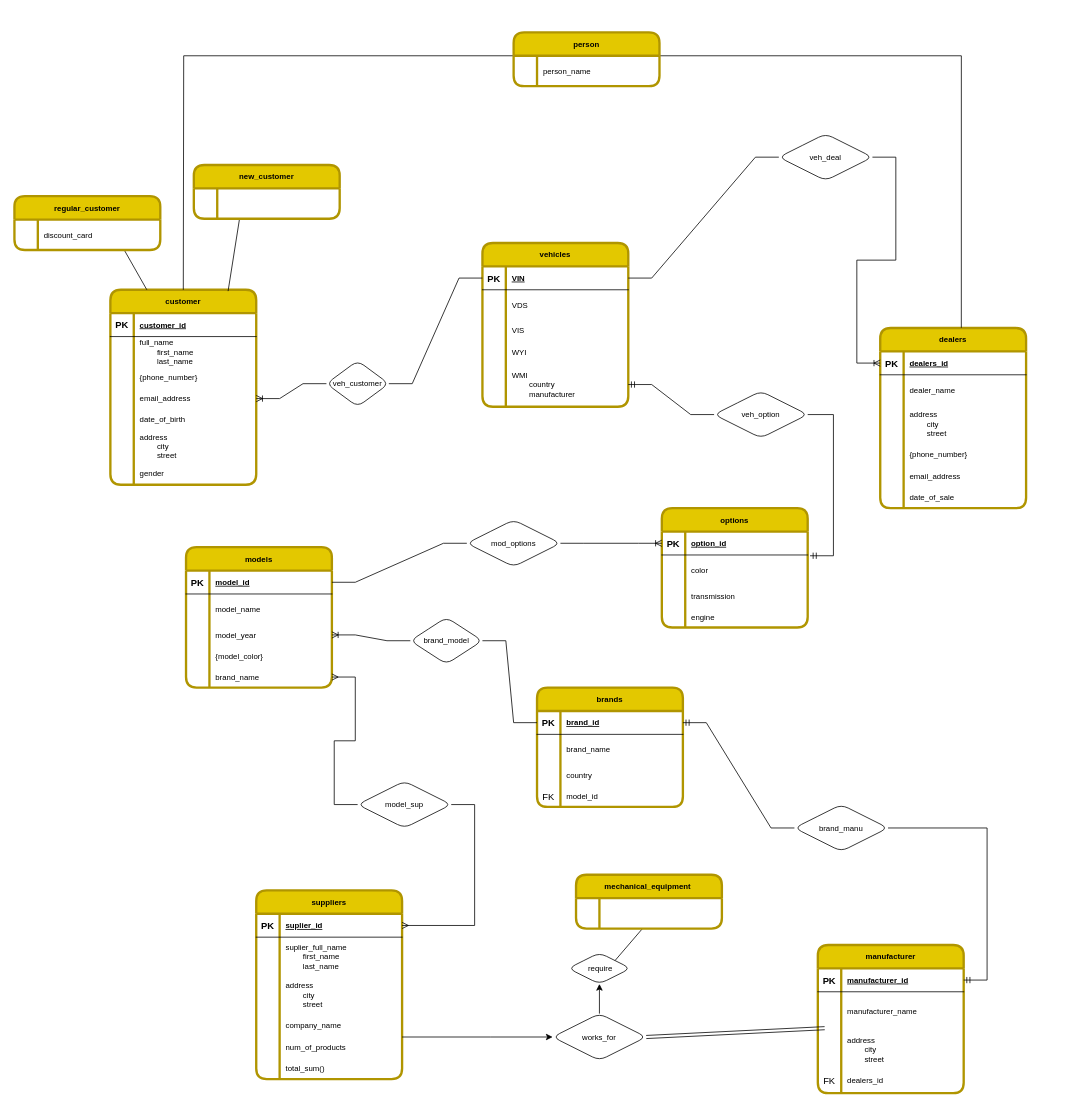
The draw.io diagram Untitled Diagram.drawio in ertaevaaiym1/DATABASES-2021, before the edit. Source tidied: cells renumbered, new cells numbered last; positions are measured from the earlier drawing's top-left corner, leaving out a move shared by most shapes. Both pictures are drawn from the tidied source at 78%, with x=0, y=0 at pixel (14, 32).
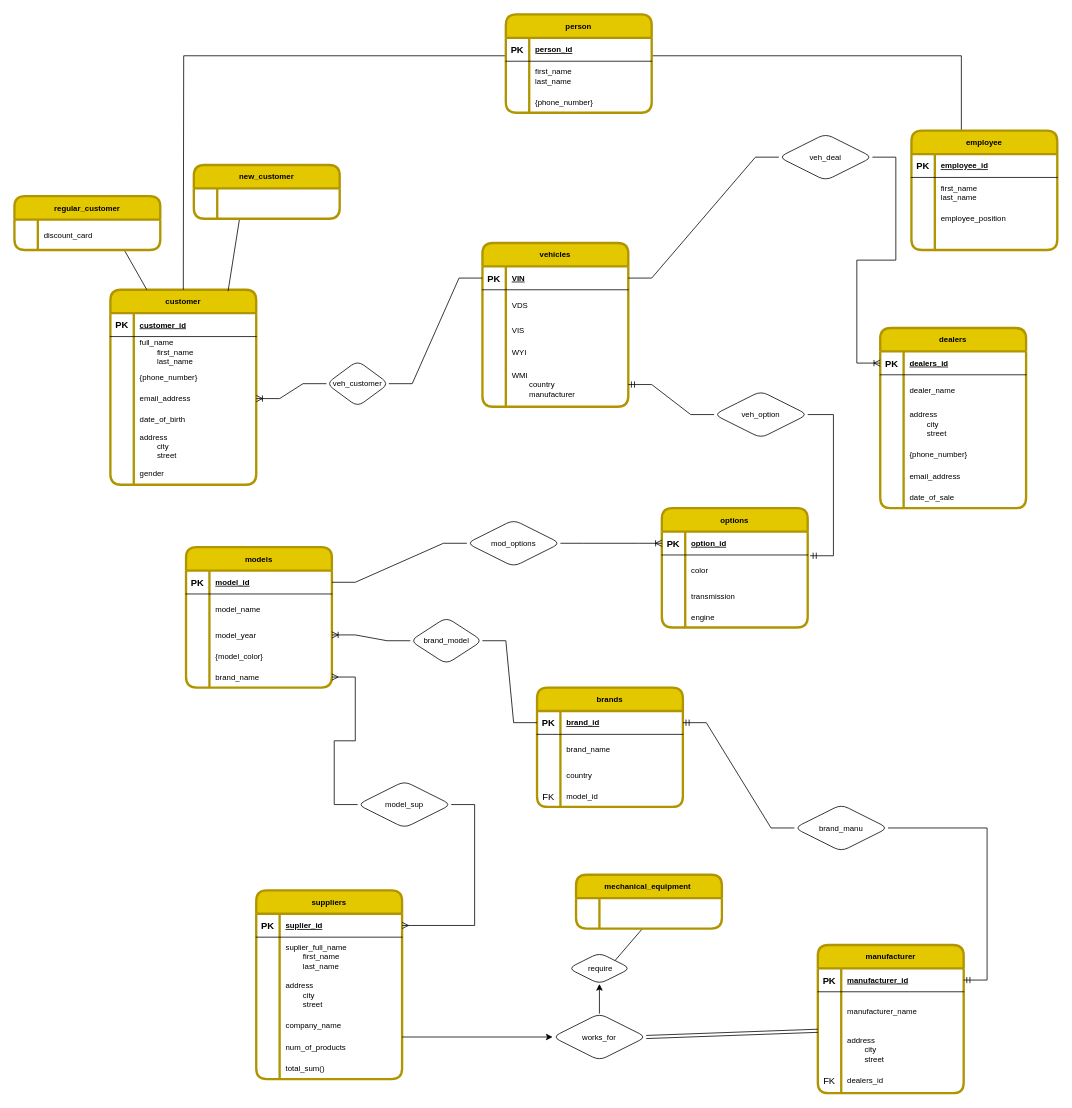
The same page after the edit.

The change refers to these unchanged cells:
```xml
<mxCell id="2" value="customer" style="shape=table;startSize=30;childLayout=tableLayout;rowLines=0;fontStyle=1;align=center;fillColor=#e3c800;strokeColor=#B09500;fontColor=default;strokeWidth=3;perimeterSpacing=0;shadow=0;rounded=1;sketch=0;swimlaneFillColor=default;fontSize=10;labelBackgroundColor=none;horizontal=1;" parent="1" vertex="1">
  <mxGeometry x="123" y="330" width="187" height="250" as="geometry" />
</mxCell>
<mxCell id="82" value="dealers" style="shape=table;startSize=30;childLayout=tableLayout;rowLines=0;fontStyle=1;align=center;fillColor=#e3c800;strokeColor=#B09500;fontColor=default;strokeWidth=3;perimeterSpacing=0;shadow=0;rounded=1;sketch=0;swimlaneFillColor=default;fontSize=10;labelBackgroundColor=none;horizontal=1;" parent="1" vertex="1">
  <mxGeometry x="1110" y="379" width="187" height="231" as="geometry" />
</mxCell>
<mxCell id="127" style="shape=partialRectangle;fillColor=none;points=[[0,0.5],[1,0.5]];portConstraint=eastwest;top=0;left=0;right=0;bottom=0;" parent="120" vertex="1">
  <mxGeometry y="110" width="187" height="48" as="geometry" />
</mxCell>
<mxCell id="133" value="works_for" style="shape=rhombus;perimeter=rhombusPerimeter;whiteSpace=wrap;html=1;align=center;rounded=1;shadow=0;labelBackgroundColor=none;sketch=0;fontSize=10;fontColor=default;strokeWidth=1;fillColor=none;gradientColor=none;rotation=0;" parent="1" vertex="1">
  <mxGeometry x="690" y="1258" width="120" height="60" as="geometry" />
</mxCell>
```

Diff of the diagram source:
```diff
@@
-    <mxCell id="165" style="endArrow=none;html=1;rounded=0;fontSize=10;fontColor=default;exitX=0.5;exitY=0;exitDx=0;exitDy=0;entryX=0.556;entryY=-0.001;entryDx=0;entryDy=0;entryPerimeter=0;" parent="1" edge="1" source="2" target="82">
+    <mxCell id="165" style="endArrow=none;html=1;rounded=0;fontSize=10;fontColor=default;exitX=0.5;exitY=0;exitDx=0;exitDy=0;" parent="1" edge="1" source="2">
       <mxGeometry relative="1" as="geometry">
+        <mxPoint x="1214" y="130" as="targetPoint" />
         <Array as="points">
           <mxPoint x="217" y="30" />
           <mxPoint x="710" y="30" />
           <mxPoint x="1214" y="30" />
         </Array>
       </mxGeometry>
     </mxCell>
-    <mxCell id="166" value="person" style="shape=table;startSize=30;childLayout=tableLayout;rowLines=0;fontStyle=1;align=center;fillColor=#e3c800;strokeColor=#B09500;fontColor=default;strokeWidth=3;perimeterSpacing=0;shadow=0;rounded=1;sketch=0;swimlaneFillColor=default;fontSize=10;labelBackgroundColor=none;horizontal=1;" parent="1" vertex="1">
-      <mxGeometry x="640" width="187" height="69" as="geometry" />
-    </mxCell>
-    <mxCell id="167" style="shape=partialRectangle;fillColor=none;top=0;left=0;right=0;bottom=0;" parent="166" vertex="1">
-      <mxGeometry y="30" width="187" height="39" as="geometry" />
-    </mxCell>
-    <mxCell id="168" style="shape=partialRectangle;overflow=hidden;fillColor=none;top=0;left=0;bottom=0;right=0;" parent="167" vertex="1">
-      <mxGeometry width="30" height="39" as="geometry" />
-    </mxCell>
-    <mxCell id="169" value="person_name" style="shape=partialRectangle;overflow=hidden;fillColor=none;top=0;left=0;bottom=0;right=0;align=left;spacingLeft=6;fontSize=10;" parent="167" vertex="1">
-      <mxGeometry x="30" width="157" height="39" as="geometry" />
-    </mxCell>
-    <mxCell id="170" style="shape=link;html=1;rounded=0;fontSize=10;fontColor=default;entryX=0.047;entryY=-0.069;entryDx=0;entryDy=0;entryPerimeter=0;exitX=1;exitY=0.5;exitDx=0;exitDy=0;" parent="1" edge="1" source="133" target="127">
-      <mxGeometry relative="1" as="geometry" />
+    <mxCell id="170" style="shape=link;html=1;rounded=0;fontSize=10;fontColor=default;exitX=1;exitY=0.5;exitDx=0;exitDy=0;" parent="1" edge="1" source="133">
+      <mxGeometry relative="1" as="geometry">
+        <mxPoint x="1030" y="1280" as="targetPoint" />
+      </mxGeometry>
     </mxCell>
@@
+    <mxCell id="179" value="employee" style="shape=table;startSize=30;childLayout=tableLayout;rowLines=0;fontStyle=1;align=center;fillColor=#e3c800;strokeColor=#B09500;fontColor=default;strokeWidth=3;perimeterSpacing=0;shadow=0;rounded=1;sketch=0;swimlaneFillColor=default;fontSize=10;labelBackgroundColor=none;horizontal=1;" parent="1" vertex="1">
+      <mxGeometry x="1150" y="126" width="187" height="153" as="geometry" />
+    </mxCell>
+    <mxCell id="180" style="shape=partialRectangle;fillColor=none;top=0;left=0;right=0;bottom=1;" parent="179" vertex="1">
+      <mxGeometry y="30" width="187" height="30" as="geometry" />
+    </mxCell>
+    <mxCell id="181" value="PK" style="shape=partialRectangle;overflow=hidden;fillColor=none;top=0;left=0;bottom=0;right=0;fontStyle=1;" parent="180" vertex="1">
+      <mxGeometry width="30" height="30" as="geometry" />
+    </mxCell>
+    <mxCell id="182" value="employee_id" style="shape=partialRectangle;overflow=hidden;fillColor=none;top=0;left=0;bottom=0;right=0;align=left;spacingLeft=6;fontStyle=5;fontSize=10;" parent="180" vertex="1">
+      <mxGeometry x="30" width="157" height="30" as="geometry" />
+    </mxCell>
+    <mxCell id="183" style="shape=partialRectangle;fillColor=none;top=0;left=0;right=0;bottom=0;" parent="179" vertex="1">
+      <mxGeometry y="60" width="187" height="39" as="geometry" />
+    </mxCell>
+    <mxCell id="184" style="shape=partialRectangle;overflow=hidden;fillColor=none;top=0;left=0;bottom=0;right=0;" parent="183" vertex="1">
+      <mxGeometry width="30" height="39" as="geometry" />
+    </mxCell>
+    <mxCell id="185" value="first_name&#10;last_name    " style="shape=partialRectangle;overflow=hidden;fillColor=none;top=0;left=0;bottom=0;right=0;align=left;spacingLeft=6;fontSize=10;" parent="183" vertex="1">
+      <mxGeometry x="30" width="157" height="39" as="geometry" />
+    </mxCell>
+    <mxCell id="186" style="shape=partialRectangle;fillColor=none;top=0;left=0;right=0;bottom=0;" parent="179" vertex="1">
+      <mxGeometry y="99" width="187" height="27" as="geometry" />
+    </mxCell>
+    <mxCell id="187" style="shape=partialRectangle;overflow=hidden;fillColor=none;top=0;left=0;bottom=0;right=0;" parent="186" vertex="1">
+      <mxGeometry width="30" height="27" as="geometry" />
+    </mxCell>
+    <mxCell id="188" value="employee_position" style="shape=partialRectangle;overflow=hidden;fillColor=none;top=0;left=0;bottom=0;right=0;align=left;spacingLeft=6;fontSize=10;" parent="186" vertex="1">
+      <mxGeometry x="30" width="157" height="27" as="geometry" />
+    </mxCell>
+    <mxCell id="189" style="shape=partialRectangle;fillColor=none;top=0;left=0;right=0;bottom=0;" parent="179" vertex="1">
+      <mxGeometry y="126" width="187" height="27" as="geometry" />
+    </mxCell>
+    <mxCell id="190" style="shape=partialRectangle;overflow=hidden;fillColor=none;top=0;left=0;bottom=0;right=0;" parent="189" vertex="1">
+      <mxGeometry width="30" height="27" as="geometry" />
+    </mxCell>
+    <mxCell id="191" style="shape=partialRectangle;overflow=hidden;fillColor=none;top=0;left=0;bottom=0;right=0;align=left;spacingLeft=6;fontSize=10;" parent="189" vertex="1">
+      <mxGeometry x="30" width="157" height="27" as="geometry" />
+    </mxCell>
+    <mxCell id="166" value="person" style="shape=table;startSize=30;childLayout=tableLayout;rowLines=0;fontStyle=1;align=center;fillColor=#e3c800;strokeColor=#B09500;fontColor=default;strokeWidth=3;perimeterSpacing=0;shadow=0;rounded=1;sketch=0;swimlaneFillColor=default;fontSize=10;labelBackgroundColor=none;horizontal=1;" parent="1" vertex="1">
+      <mxGeometry x="630" y="-23" width="187" height="126" as="geometry" />
+    </mxCell>
+    <mxCell id="192" style="shape=partialRectangle;fillColor=none;top=0;left=0;right=0;bottom=1;" parent="166" vertex="1">
+      <mxGeometry y="30" width="187" height="30" as="geometry" />
+    </mxCell>
+    <mxCell id="193" value="PK" style="shape=partialRectangle;overflow=hidden;fillColor=none;top=0;left=0;bottom=0;right=0;fontStyle=1;" parent="192" vertex="1">
+      <mxGeometry width="30" height="30" as="geometry" />
+    </mxCell>
+    <mxCell id="194" value="person_id" style="shape=partialRectangle;overflow=hidden;fillColor=none;top=0;left=0;bottom=0;right=0;align=left;spacingLeft=6;fontStyle=5;fontSize=10;" parent="192" vertex="1">
+      <mxGeometry x="30" width="157" height="30" as="geometry" />
+    </mxCell>
+    <mxCell id="195" style="shape=partialRectangle;fillColor=none;top=0;left=0;right=0;bottom=0;" parent="166" vertex="1">
+      <mxGeometry y="60" width="187" height="39" as="geometry" />
+    </mxCell>
+    <mxCell id="196" style="shape=partialRectangle;overflow=hidden;fillColor=none;top=0;left=0;bottom=0;right=0;" parent="195" vertex="1">
+      <mxGeometry width="30" height="39" as="geometry" />
+    </mxCell>
+    <mxCell id="197" value="first_name&#10;last_name    " style="shape=partialRectangle;overflow=hidden;fillColor=none;top=0;left=0;bottom=0;right=0;align=left;spacingLeft=6;fontSize=10;" parent="195" vertex="1">
+      <mxGeometry x="30" width="157" height="39" as="geometry" />
+    </mxCell>
+    <mxCell id="198" style="shape=partialRectangle;fillColor=none;top=0;left=0;right=0;bottom=0;" parent="166" vertex="1">
+      <mxGeometry y="99" width="187" height="27" as="geometry" />
+    </mxCell>
+    <mxCell id="199" style="shape=partialRectangle;overflow=hidden;fillColor=none;top=0;left=0;bottom=0;right=0;" parent="198" vertex="1">
+      <mxGeometry width="30" height="27" as="geometry" />
+    </mxCell>
+    <mxCell id="200" value="{phone_number}" style="shape=partialRectangle;overflow=hidden;fillColor=none;top=0;left=0;bottom=0;right=0;align=left;spacingLeft=6;fontSize=10;" parent="198" vertex="1">
+      <mxGeometry x="30" width="157" height="27" as="geometry" />
+    </mxCell>
```
